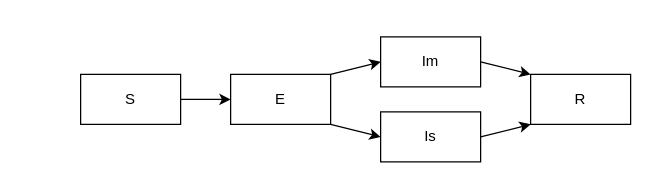
Earlier version of the draw.io diagram misc/diagrams/toy_model.drawio (canmod/macpan2). Source tidied: cells renumbered, new cells numbered last; positions are measured from the earlier drawing's top-left corner, leaving out a move shared by most shapes. Both pictures are drawn from the tidied source at 125%, with x=0, y=0 at pixel (80, 36).
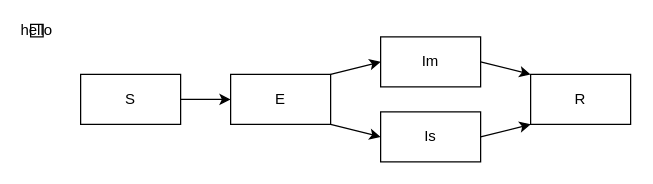
The same diagram, later.

What changed in the source:
```diff
@@
 <mxGraphModel>
   <root>
     <mxCell id="0" />
     <mxCell id="1" parent="0" />
+    <mxCell id="12" value="hello" style="rounded=0;whiteSpace=wrap;html=1;" parent="1" vertex="1">
+      <mxGeometry x="-40" y="-10" width="10" height="10" as="geometry" />
+    </mxCell>
     <mxCell id="2" style="edgeStyle=none;html=1;exitX=1;exitY=0.5;exitDx=0;exitDy=0;entryX=0;entryY=0.5;entryDx=0;entryDy=0;" parent="1" edge="1" source="3" target="6">
       <mxGeometry relative="1" as="geometry" />
     </mxCell>
     <mxCell id="3" value="S" style="rounded=0;whiteSpace=wrap;html=1;" parent="1" vertex="1">
       <mxGeometry y="30" width="80" height="40" as="geometry" />
     </mxCell>
     <mxCell id="4" style="edgeStyle=none;html=1;exitX=1;exitY=0;exitDx=0;exitDy=0;entryX=0;entryY=0.5;entryDx=0;entryDy=0;" parent="1" edge="1" source="6" target="8">
       <mxGeometry relative="1" as="geometry" />
     </mxCell>
     <mxCell id="5" style="edgeStyle=none;html=1;exitX=1;exitY=1;exitDx=0;exitDy=0;entryX=0;entryY=0.5;entryDx=0;entryDy=0;" parent="1" edge="1" source="6" target="10">
       <mxGeometry relative="1" as="geometry" />
     </mxCell>
     <mxCell id="6" value="E" style="rounded=0;whiteSpace=wrap;html=1;" parent="1" vertex="1">
       <mxGeometry x="120" y="30" width="80" height="40" as="geometry" />
     </mxCell>
     <mxCell id="7" style="edgeStyle=none;html=1;exitX=1;exitY=0.5;exitDx=0;exitDy=0;entryX=0;entryY=0;entryDx=0;entryDy=0;" parent="1" edge="1" source="8" target="11">
       <mxGeometry relative="1" as="geometry" />
     </mxCell>
     <mxCell id="8" value="Im" style="rounded=0;whiteSpace=wrap;html=1;" parent="1" vertex="1">
       <mxGeometry x="240" width="80" height="40" as="geometry" />
     </mxCell>
     <mxCell id="9" style="edgeStyle=none;html=1;exitX=1;exitY=0.5;exitDx=0;exitDy=0;entryX=0;entryY=1;entryDx=0;entryDy=0;" parent="1" edge="1" source="10" target="11">
       <mxGeometry relative="1" as="geometry" />
     </mxCell>
     <mxCell id="10" value="Is" style="rounded=0;whiteSpace=wrap;html=1;" parent="1" vertex="1">
       <mxGeometry x="240" y="60" width="80" height="40" as="geometry" />
     </mxCell>
     <mxCell id="11" value="R" style="rounded=0;whiteSpace=wrap;html=1;" parent="1" vertex="1">
       <mxGeometry x="360" y="30" width="80" height="40" as="geometry" />
     </mxCell>
   </root>
 </mxGraphModel>
```
